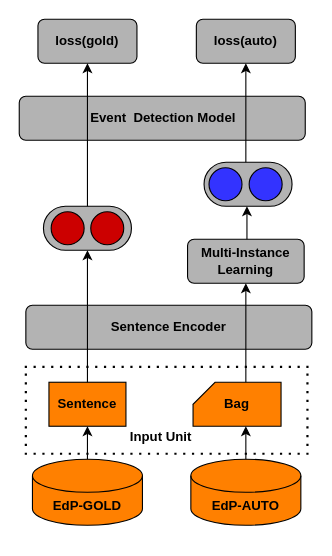
Earlier version of the draw.io diagram loss.drawio (gitofding/first_repository). Source tidied: cells renumbered, new cells numbered last; positions are measured from the earlier drawing's top-left corner, leaving out a move shared by most shapes. Both pictures are drawn from the tidied source at 110%, with x=0, y=0 at pixel (19, 19).
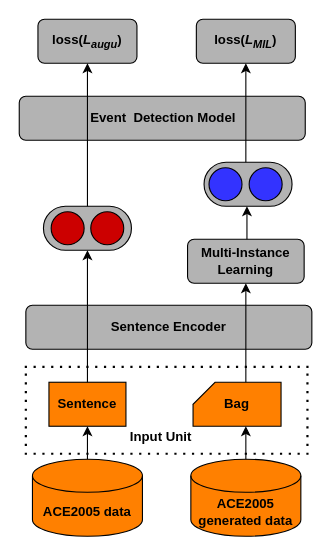
After the change.

Change to the diagram source:
```diff
@@
-    <mxCell id="2" value="&lt;b&gt;EdP-GOLD&lt;/b&gt;" style="shape=cylinder3;whiteSpace=wrap;html=1;boundedLbl=1;backgroundOutline=1;size=15;fillColor=#FF8000;" parent="1" vertex="1">
-      <mxGeometry x="12" y="400" width="100" height="60" as="geometry" />
+    <mxCell id="2" value="&lt;b&gt;ACE2005 data&lt;/b&gt;" style="shape=cylinder3;whiteSpace=wrap;html=1;boundedLbl=1;backgroundOutline=1;size=15;fillColor=#FF8000;" parent="1" vertex="1">
+      <mxGeometry x="12" y="400" width="100" height="70" as="geometry" />
     </mxCell>
@@
-    <mxCell id="9" value="&lt;b&gt;EdP-AUTO&lt;/b&gt;" style="shape=cylinder3;whiteSpace=wrap;html=1;boundedLbl=1;backgroundOutline=1;size=15;fillColor=#FF8000;" parent="1" vertex="1">
-      <mxGeometry x="156" y="400" width="100" height="60" as="geometry" />
+    <mxCell id="9" value="&lt;b&gt;ACE2005 generated data&lt;/b&gt;" style="shape=cylinder3;whiteSpace=wrap;html=1;boundedLbl=1;backgroundOutline=1;size=15;fillColor=#FF8000;" parent="1" vertex="1">
+      <mxGeometry x="156" y="400" width="100" height="70" as="geometry" />
     </mxCell>
@@
-    <mxCell id="24" value="&lt;b&gt;loss(gold)&lt;/b&gt;" style="rounded=1;whiteSpace=wrap;html=1;fillColor=#B3B3B3;" parent="1" vertex="1">
+    <mxCell id="24" value="&lt;b&gt;loss(&lt;i&gt;L&lt;sub&gt;augu&lt;/sub&gt;&lt;/i&gt;&lt;/b&gt;&lt;b&gt;)&lt;/b&gt;" style="rounded=1;whiteSpace=wrap;html=1;fillColor=#B3B3B3;" parent="1" vertex="1">
       <mxGeometry x="17" width="90" height="40" as="geometry" />
     </mxCell>
-    <mxCell id="25" value="&lt;b&gt;loss(auto)&lt;/b&gt;" style="rounded=1;whiteSpace=wrap;html=1;fillColor=#B3B3B3;" parent="1" vertex="1">
+    <mxCell id="25" value="&lt;b&gt;loss(&lt;i&gt;L&lt;sub&gt;MIL&lt;/sub&gt;&lt;/i&gt;)&lt;/b&gt;" style="rounded=1;whiteSpace=wrap;html=1;fillColor=#B3B3B3;" parent="1" vertex="1">
       <mxGeometry x="161" width="90" height="40" as="geometry" />
     </mxCell>
```
